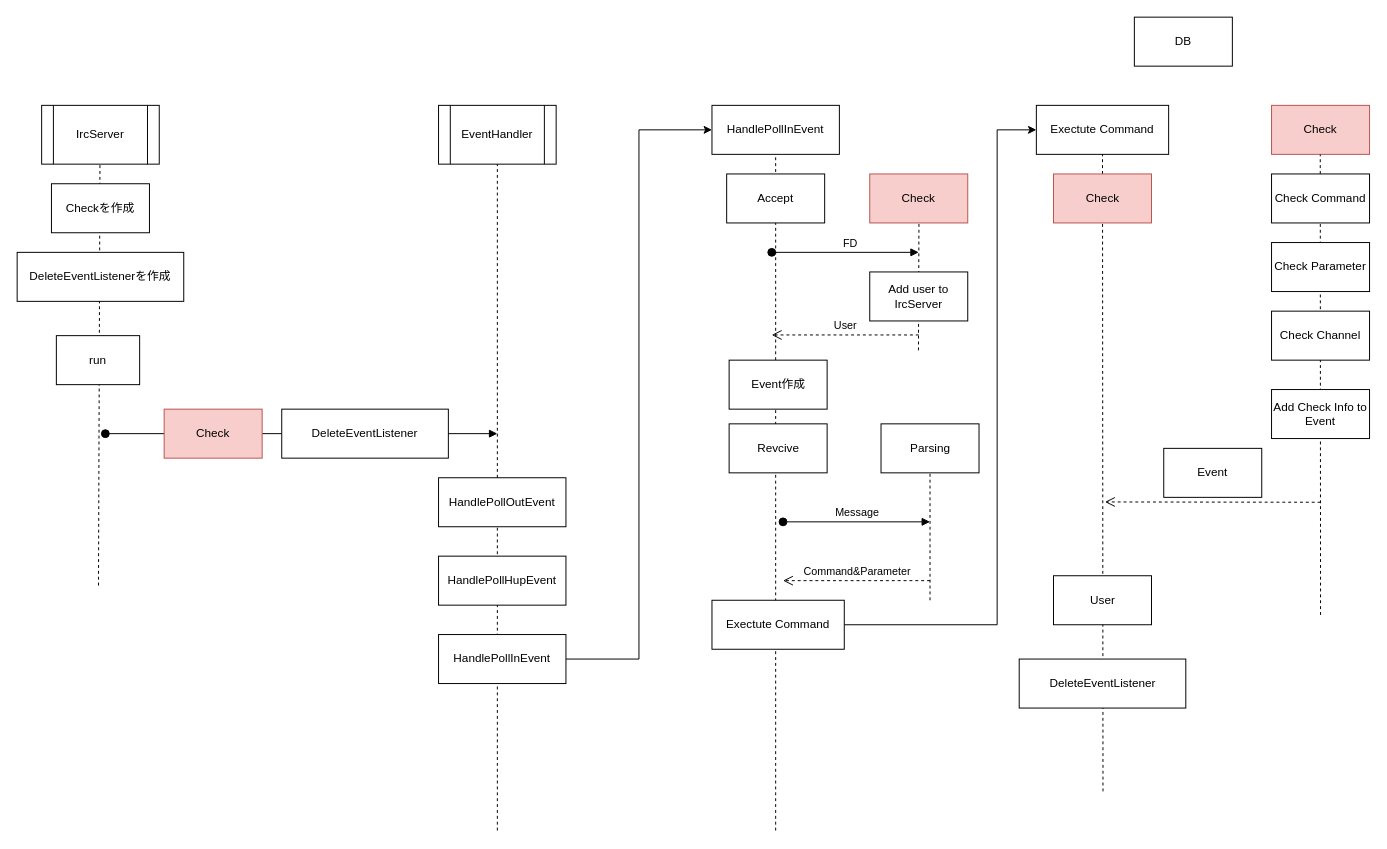
This is docs/Untitled Diagram.drawio from IRC-WIR/ft_irc, a draw.io file, before an edit. Source tidied: cells renumbered, new cells numbered last; positions are measured from the earlier drawing's top-left corner, leaving out a move shared by most shapes. Both pictures are drawn from the tidied source at 98%, with x=0, y=0 at pixel (17, 17).
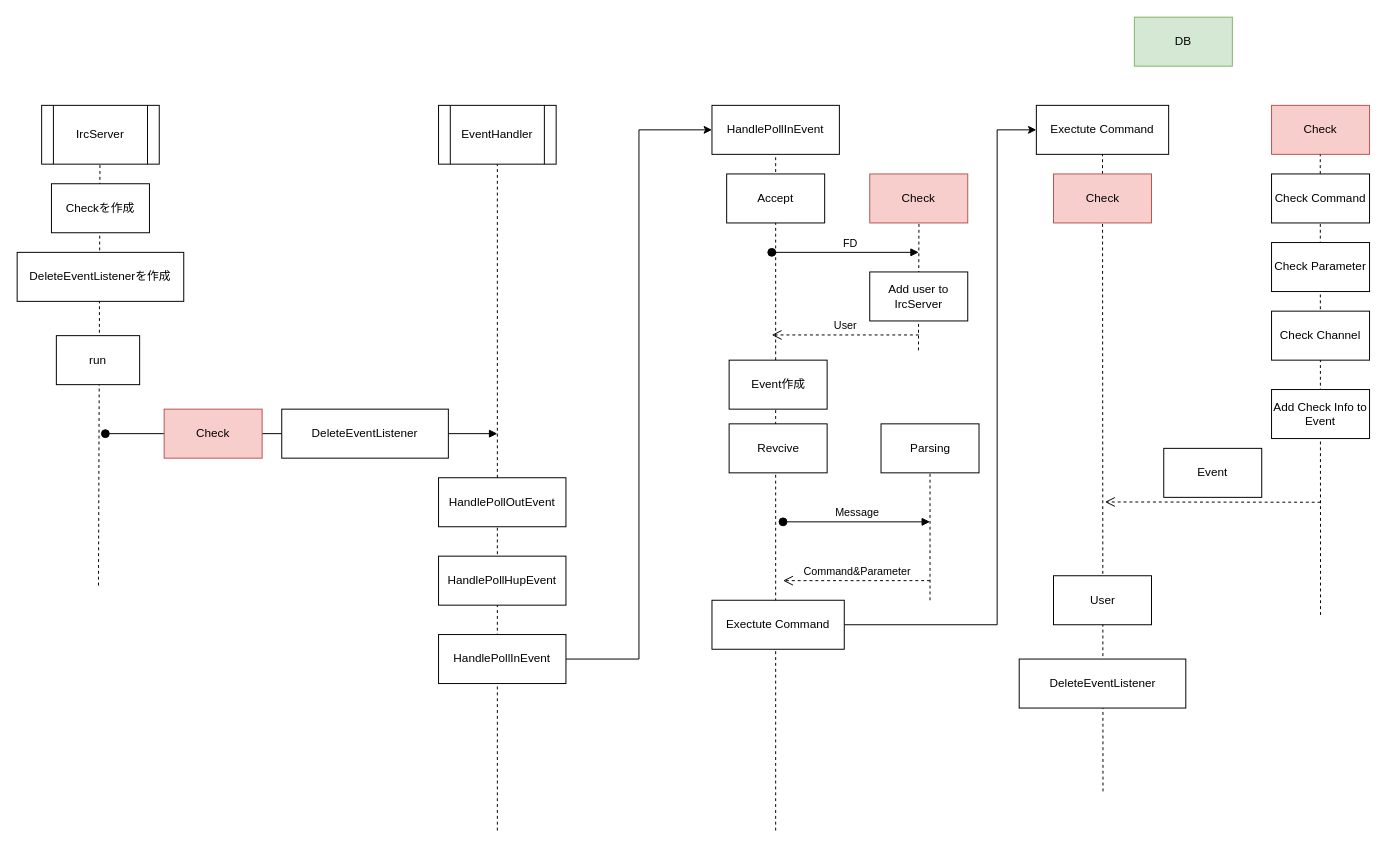
The same page after the edit.

Diff of the diagram source:
```diff
@@
-    <mxCell id="45" value="DB" style="rounded=0;whiteSpace=wrap;html=1;" parent="1" vertex="1">
+    <mxCell id="45" value="DB" style="rounded=0;whiteSpace=wrap;html=1;fillColor=#d5e8d4;strokeColor=#82b366;" parent="1" vertex="1">
       <mxGeometry x="1140" width="100" height="50" as="geometry" />
     </mxCell>
```
